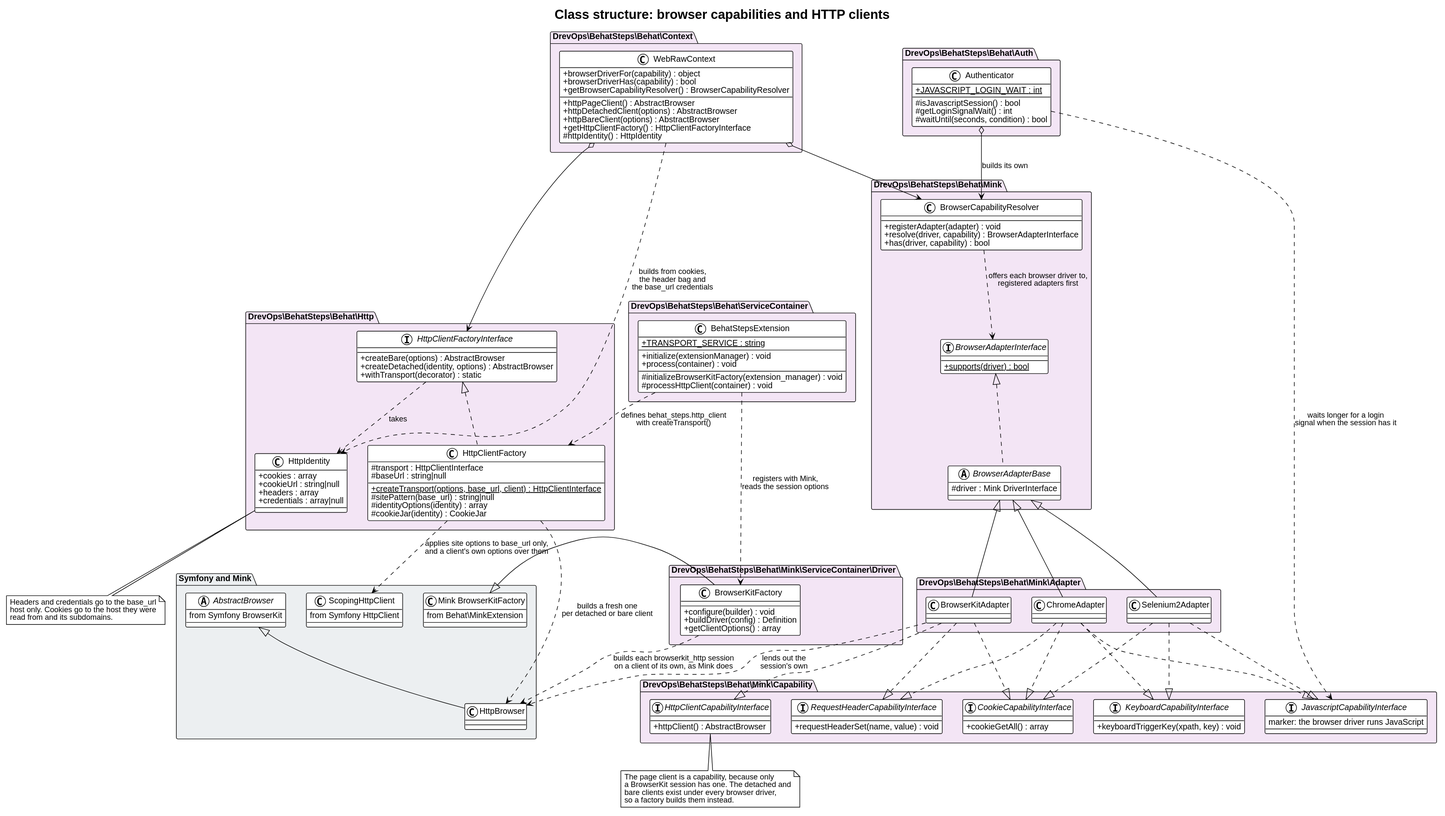
The PlantUML diagram docs/architecture/class-browser.svg in drevops/behat-steps, before a commit.
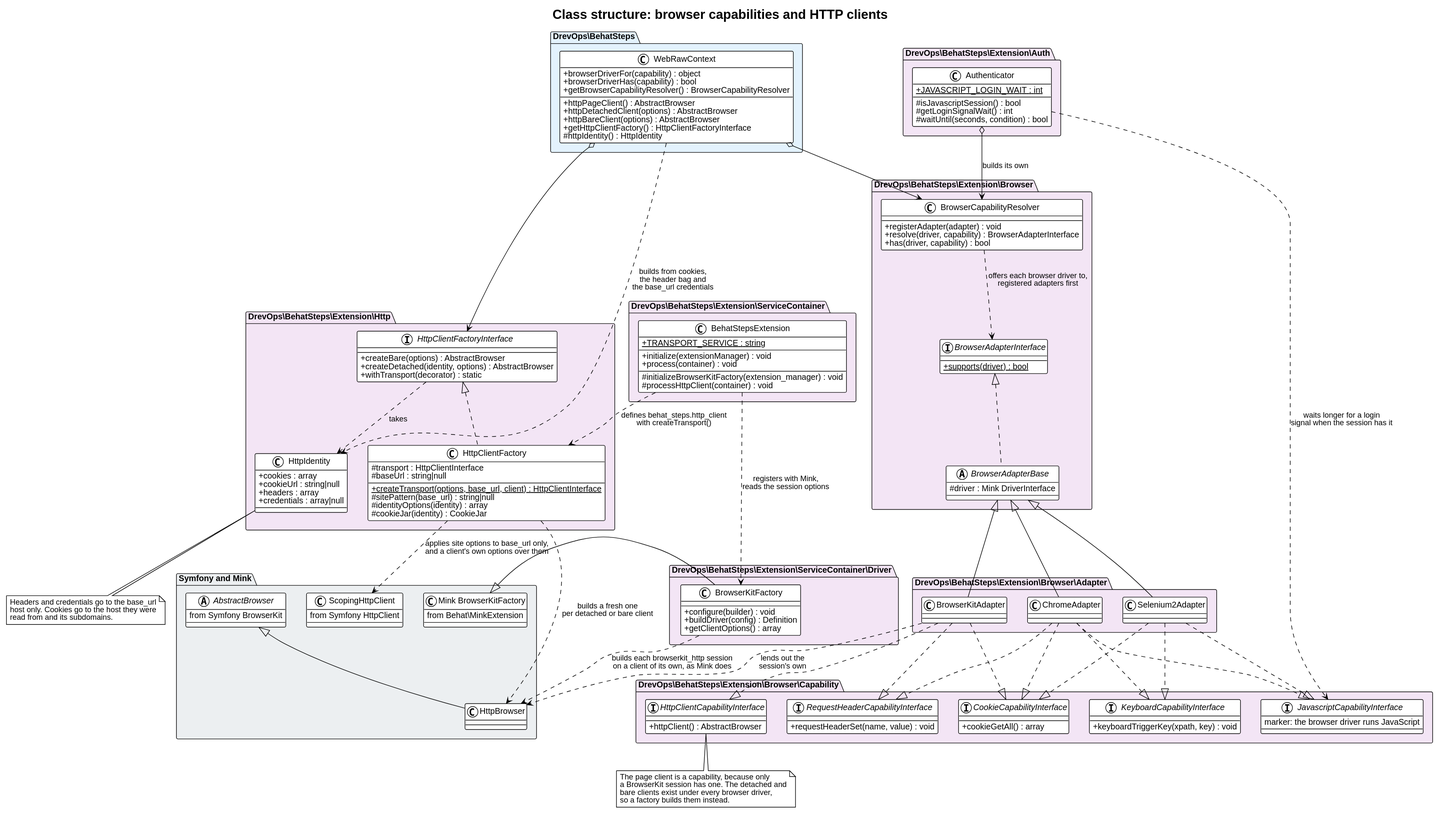
After the change.

The edit, as a diff of the source:
```diff
@@ -6,7 +6,7 @@
 skinparam classAttributeIconSize 0
 title Class structure: browser capabilities and HTTP clients
 
-package "DrevOps\\BehatSteps\\Behat\\Context" #F3E5F5 {
+package "DrevOps\\BehatSteps" #E3F2FD {
   class WebRawContext {
     +browserDriverFor(capability) : object
     +browserDriverHas(capability) : bool
@@ -20,7 +20,7 @@
   }
 }
 
-package "DrevOps\\BehatSteps\\Behat\\Auth" #F3E5F5 {
+package "DrevOps\\BehatSteps\\Extension\\Auth" #F3E5F5 {
   class Authenticator {
     {static} +JAVASCRIPT_LOGIN_WAIT : int
     --
@@ -32,7 +32,7 @@
 
 WebRawContext -[hidden]right- Authenticator
 
-package "DrevOps\\BehatSteps\\Behat\\Mink" #F3E5F5 {
+package "DrevOps\\BehatSteps\\Extension\\Browser" #F3E5F5 {
   class BrowserCapabilityResolver {
     +registerAdapter(adapter) : void
     +resolve(driver, capability) : BrowserAdapterInterface
@@ -51,7 +51,7 @@
   BrowserCapabilityResolver ..> BrowserAdapterInterface : offers each browser driver to,\nregistered adapters first
 }
 
-package "DrevOps\\BehatSteps\\Behat\\Mink\\Adapter" #F3E5F5 {
+package "DrevOps\\BehatSteps\\Extension\\Browser\\Adapter" #F3E5F5 {
   class BrowserKitAdapter
   class ChromeAdapter
   class Selenium2Adapter
@@ -60,7 +60,7 @@
   ChromeAdapter -[hidden]right- Selenium2Adapter
 }
 
-package "DrevOps\\BehatSteps\\Behat\\Mink\\Capability" #F3E5F5 {
+package "DrevOps\\BehatSteps\\Extension\\Browser\\Capability" #F3E5F5 {
   interface CookieCapabilityInterface {
     +cookieGetAll() : array
   }
@@ -98,7 +98,7 @@
 ChromeAdapter ..|> KeyboardCapabilityInterface
 ChromeAdapter ..|> RequestHeaderCapabilityInterface
 
-package "DrevOps\\BehatSteps\\Behat\\Http" #F3E5F5 {
+package "DrevOps\\BehatSteps\\Extension\\Http" #F3E5F5 {
   interface HttpClientFactoryInterface {
     +createBare(options) : AbstractBrowser
     +createDetached(identity, options) : AbstractBrowser
@@ -126,7 +126,7 @@
   HttpClientFactoryInterface ..> HttpIdentity : takes
 }
 
-package "DrevOps\\BehatSteps\\Behat\\ServiceContainer" #F3E5F5 {
+package "DrevOps\\BehatSteps\\Extension\\ServiceContainer" #F3E5F5 {
   class BehatStepsExtension {
     {static} +TRANSPORT_SERVICE : string
     --
@@ -138,7 +138,7 @@
   }
 }
 
-package "DrevOps\\BehatSteps\\Behat\\Mink\\ServiceContainer\\Driver" #F3E5F5 {
+package "DrevOps\\BehatSteps\\Extension\\ServiceContainer\\Driver" #F3E5F5 {
   class BrowserKitFactory {
     +configure(builder) : void
     +buildDriver(config) : Definition
```
